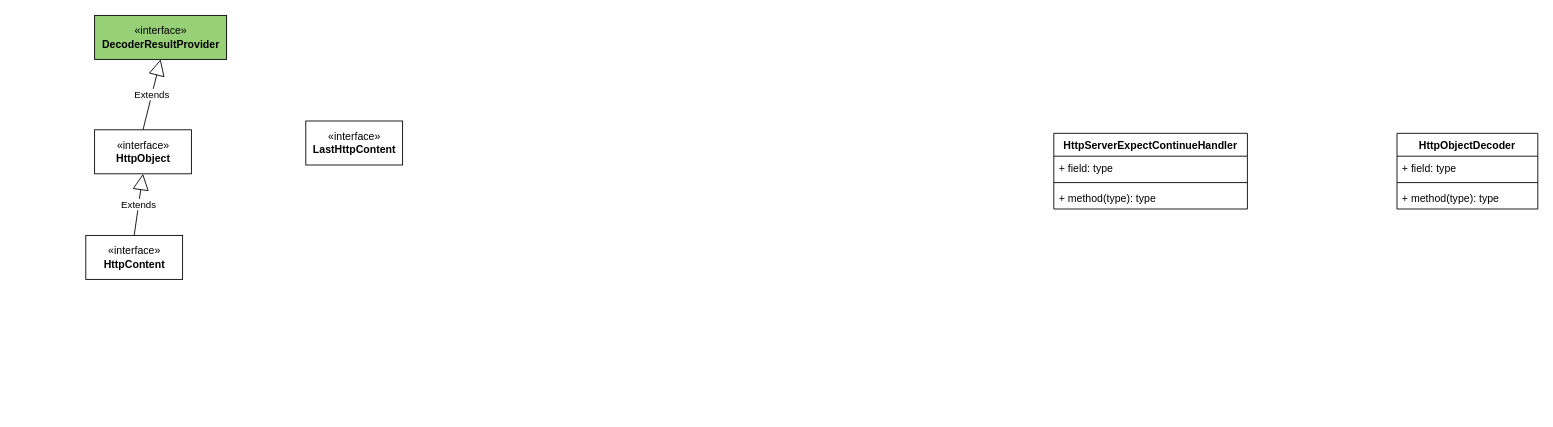
tadsimons/draw keeps this draw.io diagram as page "codec-http" (8 of 11) of netty.drawio. Above is the earlier version. Source tidied: cells renumbered, new cells numbered last; positions are measured from the earlier drawing's top-left corner, leaving out a move shared by most shapes. Both pictures are drawn from the tidied source at 88%, with x=0, y=0 at pixel (85, 15).
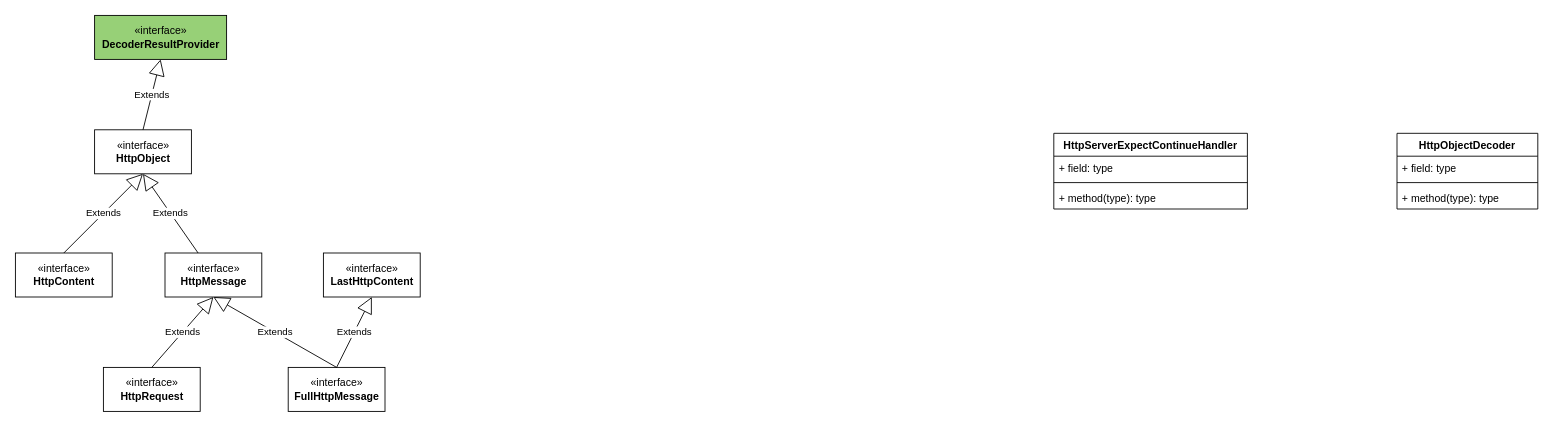
The same page after the edit.

Unchanged cells that the change refers to:
```xml
<mxCell id="11" value="«interface»&lt;br&gt;&lt;b&gt;HttpObject&lt;/b&gt;" style="html=1;fillColor=#FFFFFF;" parent="1" vertex="1">
  <mxGeometry x="10" y="130" width="110" height="50" as="geometry" />
</mxCell>
```

Change to the diagram source:
```diff
@@
     <mxCell id="13" value="«interface»&lt;br&gt;&lt;b&gt;LastHttpContent&lt;/b&gt;" style="html=1;fillColor=#FFFFFF;" parent="1" vertex="1">
-      <mxGeometry x="250" y="120" width="110" height="50" as="geometry" />
+      <mxGeometry x="270" y="270" width="110" height="50" as="geometry" />
     </mxCell>
     <mxCell id="14" value="«interface»&lt;br&gt;&lt;b&gt;HttpContent&lt;/b&gt;" style="html=1;fillColor=#FFFFFF;" parent="1" vertex="1">
-      <mxGeometry y="250" width="110" height="50" as="geometry" />
+      <mxGeometry x="-80" y="270" width="110" height="50" as="geometry" />
     </mxCell>
@@
+    <mxCell id="16" value="«interface»&lt;br&gt;&lt;b&gt;HttpMessage&lt;/b&gt;" style="html=1;fillColor=#FFFFFF;" parent="1" vertex="1">
+      <mxGeometry x="90" y="270" width="110" height="50" as="geometry" />
+    </mxCell>
+    <mxCell id="17" value="Extends" style="endArrow=block;endSize=16;endFill=0;html=1;entryX=0.5;entryY=1;entryDx=0;entryDy=0;" parent="1" edge="1" source="16" target="11">
+      <mxGeometry relative="1" as="geometry" />
+    </mxCell>
+    <mxCell id="18" value="«interface»&lt;br&gt;&lt;b&gt;FullHttpMessage&lt;/b&gt;" style="html=1;fillColor=#FFFFFF;" parent="1" vertex="1">
+      <mxGeometry x="230" y="400" width="110" height="50" as="geometry" />
+    </mxCell>
+    <mxCell id="19" value="Extends" style="endArrow=block;endSize=16;endFill=0;html=1;entryX=0.5;entryY=1;entryDx=0;entryDy=0;exitX=0.5;exitY=0;exitDx=0;exitDy=0;" parent="1" edge="1" source="18" target="16">
+      <mxGeometry relative="1" as="geometry" />
+    </mxCell>
+    <mxCell id="20" value="Extends" style="endArrow=block;endSize=16;endFill=0;html=1;entryX=0.5;entryY=1;entryDx=0;entryDy=0;exitX=0.5;exitY=0;exitDx=0;exitDy=0;" parent="1" edge="1" source="18" target="13">
+      <mxGeometry relative="1" as="geometry" />
+    </mxCell>
+    <mxCell id="21" value="«interface»&lt;br&gt;&lt;b&gt;HttpRequest&lt;/b&gt;" style="html=1;fillColor=#FFFFFF;" parent="1" vertex="1">
+      <mxGeometry x="20" y="400" width="110" height="50" as="geometry" />
+    </mxCell>
+    <mxCell id="22" value="Extends" style="endArrow=block;endSize=16;endFill=0;html=1;entryX=0.5;entryY=1;entryDx=0;entryDy=0;exitX=0.5;exitY=0;exitDx=0;exitDy=0;" parent="1" edge="1" source="21" target="16">
+      <mxGeometry relative="1" as="geometry" />
+    </mxCell>
```
